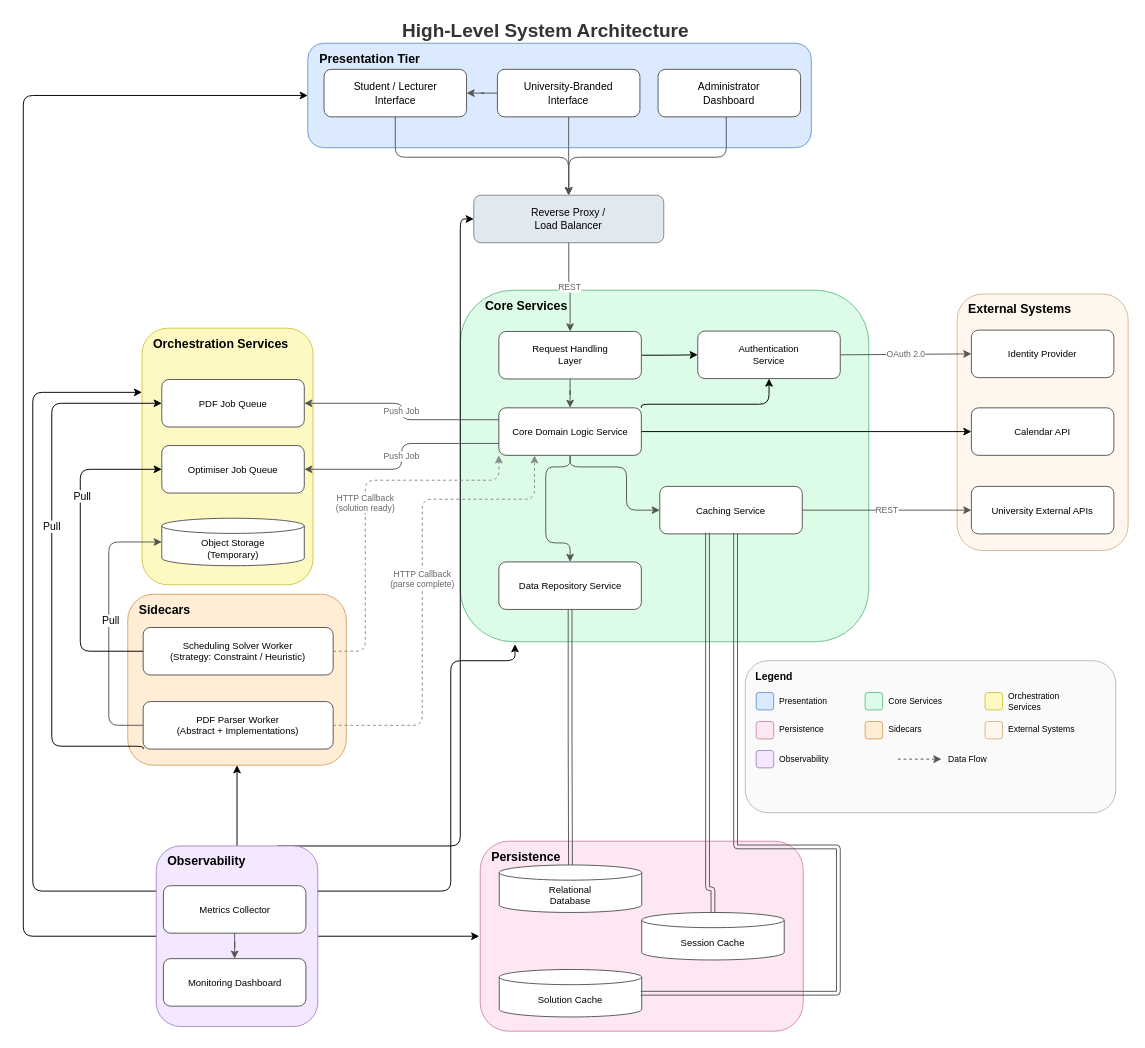
Before: diagrams/architecture/Architecture.drawio in COS301-SE-2026/UMTAS, a draw.io diagram. Source tidied: cells renumbered, new cells numbered last; positions are measured from the earlier drawing's top-left corner, leaving out a move shared by most shapes. Both pictures are drawn from the tidied source at 95%, with x=0, y=0 at pixel (23, 16).
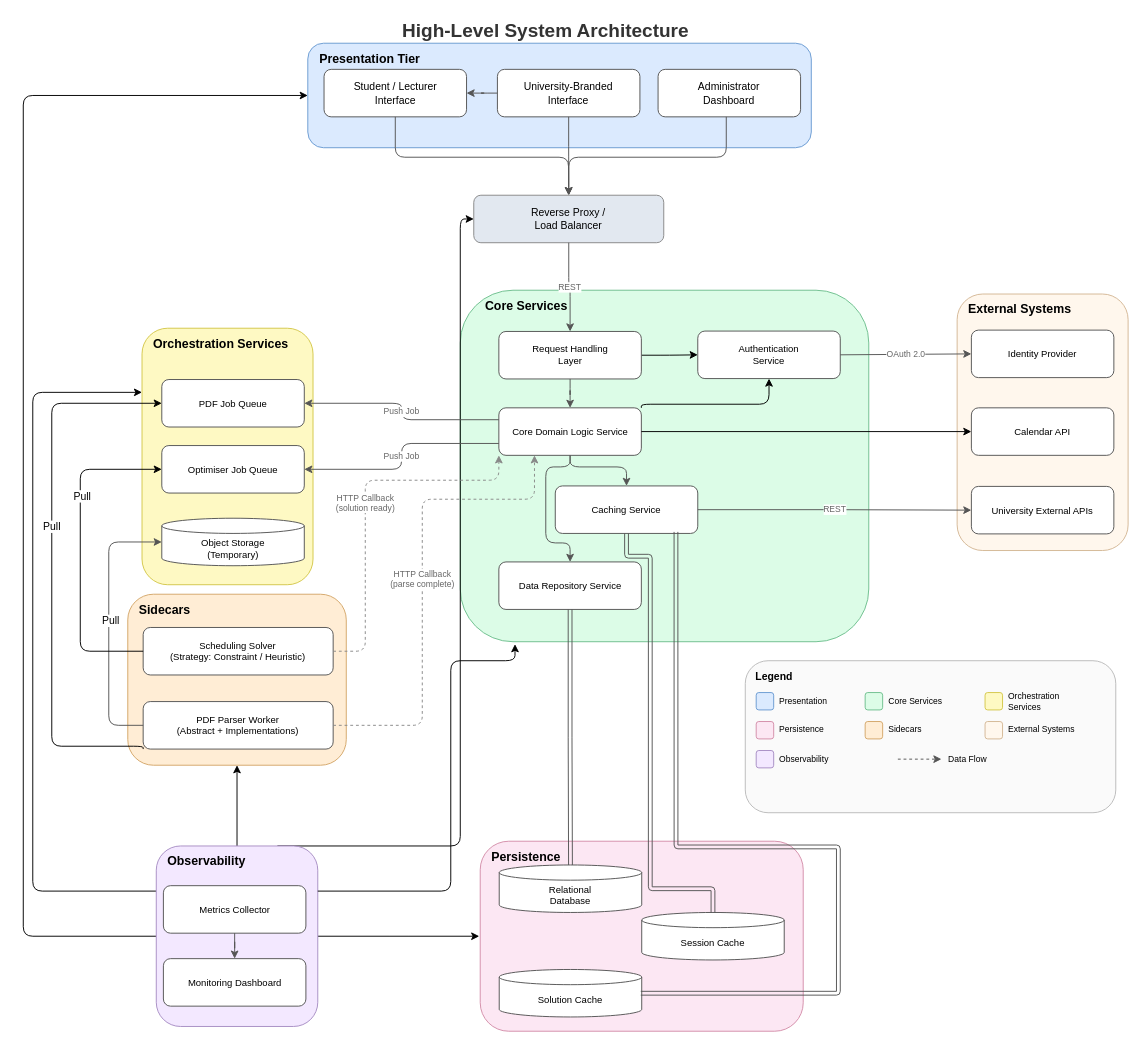
The same diagram, later.

The change refers to these unchanged cells:
```xml
<mxCell id="9" value="&amp;nbsp; &amp;nbsp; Core Services" style="rounded=1;whiteSpace=wrap;html=1;fillColor=#dcfce7;strokeColor=#6fbf8f;verticalAlign=top;fontStyle=1;fontSize=13;align=left;spacingLeft=10;spacingTop=2;" parent="1" vertex="1">
  <mxGeometry x="460" y="288" width="430" height="370" as="geometry" />
</mxCell>
<mxCell id="25" value="Session Cache" style="shape=cylinder3;whiteSpace=wrap;html=1;boundedLbl=1;fillColor=#ffffff;strokeColor=#555555;fontSize=10;size=8;" parent="23" vertex="1">
  <mxGeometry x="170" y="75" width="150" height="50" as="geometry" />
</mxCell>
<mxCell id="27" value="Sidecars" style="rounded=1;whiteSpace=wrap;html=1;fillColor=#ffedd5;strokeColor=#d4a76a;verticalAlign=top;fontStyle=1;fontSize=13;align=left;spacingLeft=10;spacingTop=2;" parent="1" vertex="1">
  <mxGeometry x="110" y="608" width="230" height="180" as="geometry" />
</mxCell>
```

What changed in the source:
```diff
@@
     <mxCell id="17" value="Caching Service" style="rounded=1;whiteSpace=wrap;html=1;fillColor=#ffffff;strokeColor=#555555;fontSize=10;" parent="9" vertex="1">
-      <mxGeometry x="210" y="206.5" width="150" height="50" as="geometry" />
+      <mxGeometry x="100" y="206" width="150" height="50" as="geometry" />
     </mxCell>
@@
-    <mxCell id="28" value="Scheduling Solver Worker&lt;br&gt;(Strategy: Constraint / Heuristic)" style="rounded=1;whiteSpace=wrap;html=1;fillColor=#ffffff;strokeColor=#555555;fontSize=10;" parent="27" vertex="1">
+    <mxCell id="28" value="Scheduling Solver&lt;br&gt;(Strategy: Constraint / Heuristic)" style="rounded=1;whiteSpace=wrap;html=1;fillColor=#ffffff;strokeColor=#555555;fontSize=10;" parent="27" vertex="1">
       <mxGeometry x="16.2" y="35" width="200" height="50" as="geometry" />
     </mxCell>
@@
-    <mxCell id="73" style="edgeStyle=orthogonalEdgeStyle;shape=link;rounded=1;jettySize=auto;html=1;exitX=0.335;exitY=0.974;exitDx=0;exitDy=0;strokeColor=#555555;align=left;verticalAlign=middle;fontFamily=Helvetica;fontSize=11;fontColor=default;labelBackgroundColor=default;endArrow=classic;entryX=0.5;entryY=0;entryDx=0;entryDy=0;entryPerimeter=0;flowAnimation=1;exitPerimeter=0;" parent="1" edge="1" source="17" target="25">
+    <mxCell id="73" style="edgeStyle=orthogonalEdgeStyle;shape=link;rounded=1;jettySize=auto;html=1;exitX=0.5;exitY=1;exitDx=0;exitDy=0;strokeColor=#555555;align=left;verticalAlign=middle;fontFamily=Helvetica;fontSize=11;fontColor=default;labelBackgroundColor=default;endArrow=classic;entryX=0.5;entryY=0;entryDx=0;entryDy=0;entryPerimeter=0;flowAnimation=1;" parent="1" edge="1" source="17" target="25">
       <mxGeometry relative="1" as="geometry">
         <Array as="points">
-          <mxPoint x="720" y="918" />
+          <mxPoint x="635" y="568" />
+          <mxPoint x="660" y="568" />
+          <mxPoint x="660" y="918" />
           <mxPoint x="726" y="918" />
         </Array>
       </mxGeometry>
     </mxCell>
@@
-    <mxCell id="82" style="edgeStyle=orthogonalEdgeStyle;shape=link;rounded=1;jettySize=auto;html=1;strokeColor=#555555;align=left;verticalAlign=middle;fontFamily=Helvetica;fontSize=11;fontColor=default;labelBackgroundColor=default;endArrow=classic;flowAnimation=1;exitX=0.532;exitY=0.986;exitDx=0;exitDy=0;exitPerimeter=0;" parent="1" edge="1" source="17">
+    <mxCell id="82" style="edgeStyle=orthogonalEdgeStyle;shape=link;rounded=1;jettySize=auto;html=1;strokeColor=#555555;align=left;verticalAlign=middle;fontFamily=Helvetica;fontSize=11;fontColor=default;labelBackgroundColor=default;endArrow=classic;flowAnimation=1;exitX=0.847;exitY=0.968;exitDx=0;exitDy=0;exitPerimeter=0;" parent="1" edge="1" source="17">
       <mxGeometry relative="1" as="geometry">
         <mxPoint x="650" y="1028" as="targetPoint" />
         <Array as="points">
-          <mxPoint x="749.8" y="874" />
+          <mxPoint x="688" y="874" />
           <mxPoint x="858" y="874" />
           <mxPoint x="858" y="1028" />
         </Array>
       </mxGeometry>
     </mxCell>
```
